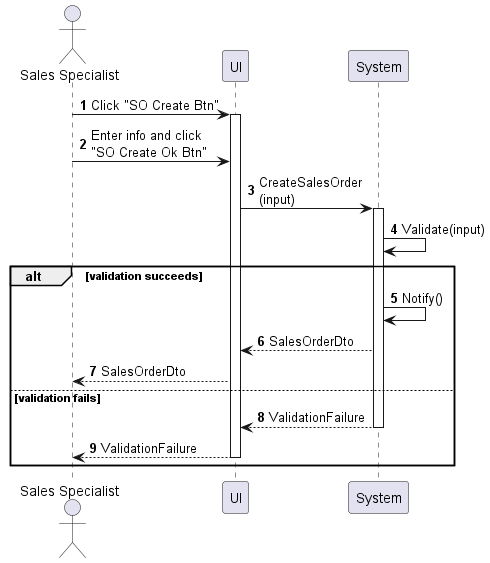
This is sequences/sales-order-create.png from phihungha/scmss-reqs, a PlantUML export, as it was before one commit.
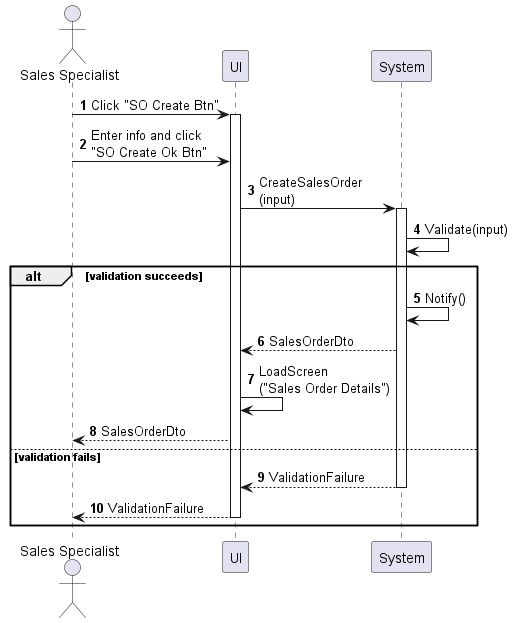
After the commit.

Diff of the diagram source:
```diff
@@ -15,6 +15,7 @@
 alt validation succeeds
     b -> b : Notify()
     b --> f : SalesOrderDto
+    f -> f : LoadScreen\n("Sales Order Details")
     f --> a : SalesOrderDto
 else validation fails
     return ValidationFailure
```
